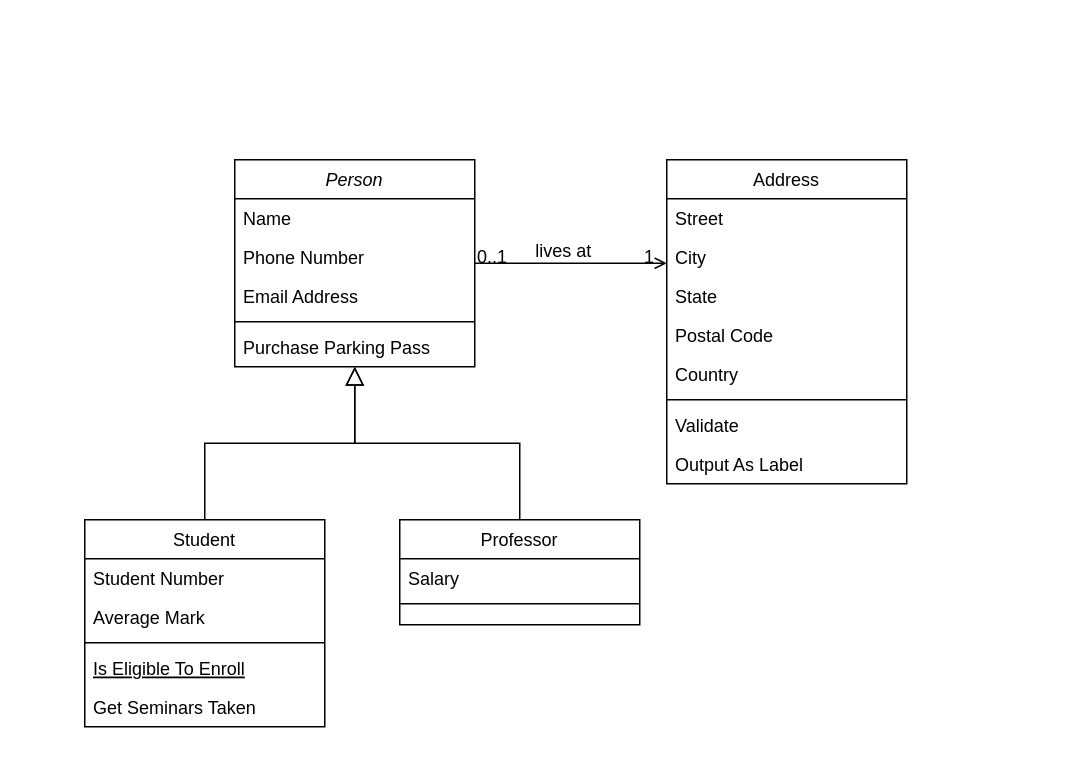
Before: Diagram/classDiagram2.drawio in linnypham/CSC3350_project, a draw.io diagram. Source tidied: cells renumbered, new cells numbered last; positions are measured from the earlier drawing's top-left corner, leaving out a move shared by most shapes. Both pictures are drawn from the tidied source at 150%, with x=0, y=0 at pixel (84, 159).
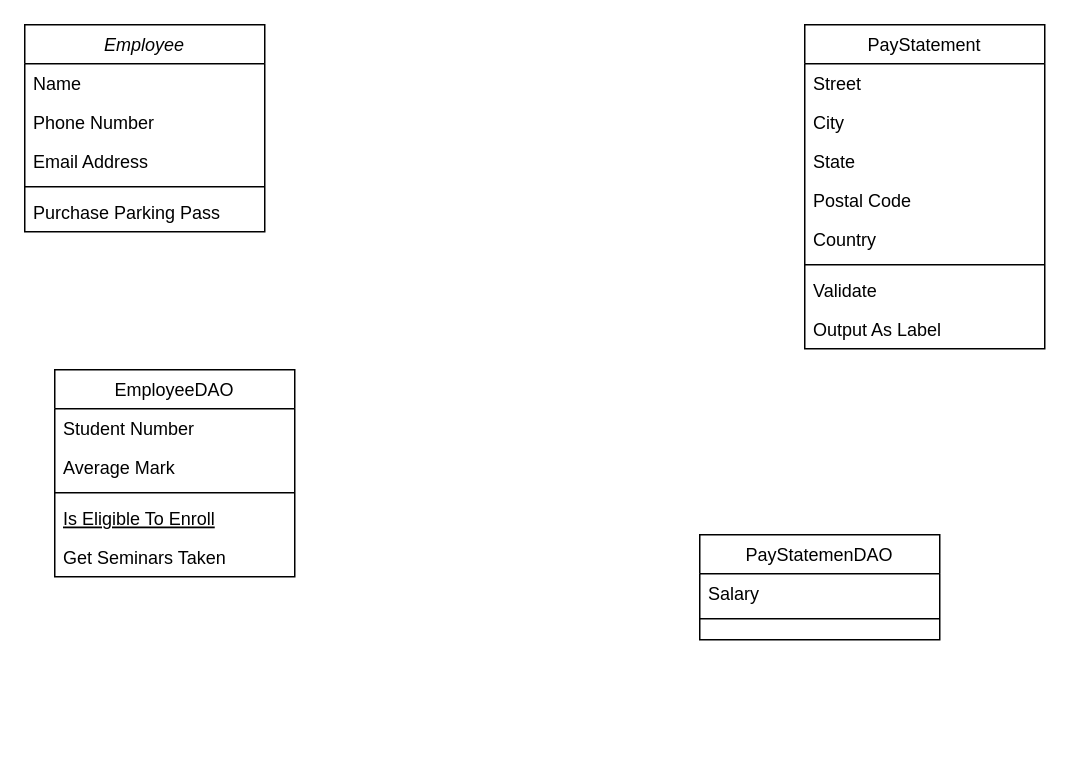
Above is the later version.

Diff of the diagram source:
```diff
@@
-    <mxCell id="2" value="Person" style="swimlane;fontStyle=2;align=center;verticalAlign=top;horizontal=1;startSize=26;rounded=0;shadow=0;strokeWidth=1;" parent="1" vertex="1">
-      <mxGeometry x="100" width="160" height="138" as="geometry" />
+    <mxCell id="2" value="Employee" style="swimlane;fontStyle=2;align=center;verticalAlign=top;horizontal=1;startSize=26;rounded=0;shadow=0;strokeWidth=1;" parent="1" vertex="1">
+      <mxGeometry x="-40" y="-90" width="160" height="138" as="geometry" />
     </mxCell>
@@
-    <mxCell id="8" value="Student" style="swimlane;fontStyle=0;align=center;verticalAlign=top;horizontal=1;startSize=26;rounded=0;shadow=0;strokeWidth=1;" parent="1" vertex="1">
-      <mxGeometry y="240" width="160" height="138" as="geometry" />
+    <mxCell id="8" value="EmployeeDAO" style="swimlane;fontStyle=0;align=center;verticalAlign=top;horizontal=1;startSize=26;rounded=0;shadow=0;strokeWidth=1;" parent="1" vertex="1">
+      <mxGeometry x="-20" y="140" width="160" height="138" as="geometry" />
     </mxCell>
@@
-    <mxCell id="14" style="endArrow=block;endSize=10;endFill=0;shadow=0;strokeWidth=1;rounded=0;curved=0;edgeStyle=elbowEdgeStyle;elbow=vertical;" parent="1" edge="1" source="8" target="2">
-      <mxGeometry relative="1" as="geometry" />
-    </mxCell>
-    <mxCell id="15" value="Professor" style="swimlane;fontStyle=0;align=center;verticalAlign=top;horizontal=1;startSize=26;rounded=0;shadow=0;strokeWidth=1;" parent="1" vertex="1">
-      <mxGeometry x="210" y="240" width="160" height="70" as="geometry" />
+    <mxCell id="15" value="PayStatemenDAO" style="swimlane;fontStyle=0;align=center;verticalAlign=top;horizontal=1;startSize=26;rounded=0;shadow=0;strokeWidth=1;" parent="1" vertex="1">
+      <mxGeometry x="410" y="250" width="160" height="70" as="geometry" />
     </mxCell>
@@
-    <mxCell id="18" style="endArrow=block;endSize=10;endFill=0;shadow=0;strokeWidth=1;rounded=0;curved=0;edgeStyle=elbowEdgeStyle;elbow=vertical;" parent="1" edge="1" source="15" target="2">
-      <mxGeometry relative="1" as="geometry" />
-    </mxCell>
-    <mxCell id="19" value="Address" style="swimlane;fontStyle=0;align=center;verticalAlign=top;horizontal=1;startSize=26;rounded=0;shadow=0;strokeWidth=1;" parent="1" vertex="1">
-      <mxGeometry x="388" width="160" height="216" as="geometry" />
+    <mxCell id="19" value="PayStatement" style="swimlane;fontStyle=0;align=center;verticalAlign=top;horizontal=1;startSize=26;rounded=0;shadow=0;strokeWidth=1;" parent="1" vertex="1">
+      <mxGeometry x="480" y="-90" width="160" height="216" as="geometry" />
     </mxCell>
@@
-    <mxCell id="28" style="endArrow=open;shadow=0;strokeWidth=1;rounded=0;curved=0;endFill=1;edgeStyle=elbowEdgeStyle;elbow=vertical;" parent="1" edge="1" source="2" target="19">
-      <mxGeometry x="0.5" y="41" relative="1" as="geometry">
-        <mxPoint x="-40" y="32" as="offset" />
-      </mxGeometry>
-    </mxCell>
-    <mxCell id="29" value="0..1" style="align=left;verticalAlign=bottom;labelBackgroundColor=none;fontSize=12;" parent="28" vertex="1">
-      <mxGeometry x="-1" relative="1" as="geometry">
-        <mxPoint y="4" as="offset" />
-      </mxGeometry>
-    </mxCell>
-    <mxCell id="30" value="1" style="align=right;verticalAlign=bottom;labelBackgroundColor=none;fontSize=12;" parent="28" vertex="1">
-      <mxGeometry x="1" relative="1" as="geometry">
-        <mxPoint x="-7" y="4" as="offset" />
-      </mxGeometry>
-    </mxCell>
-    <mxCell id="31" value="lives at" style="text;html=1;align=center;verticalAlign=middle;labelBackgroundColor=none;rounded=0;shadow=0;strokeWidth=1;fontSize=12;" parent="28" vertex="1">
-      <mxGeometry x="0.5" y="49" relative="1" as="geometry">
-        <mxPoint x="-38" y="40" as="offset" />
-      </mxGeometry>
-    </mxCell>
```
